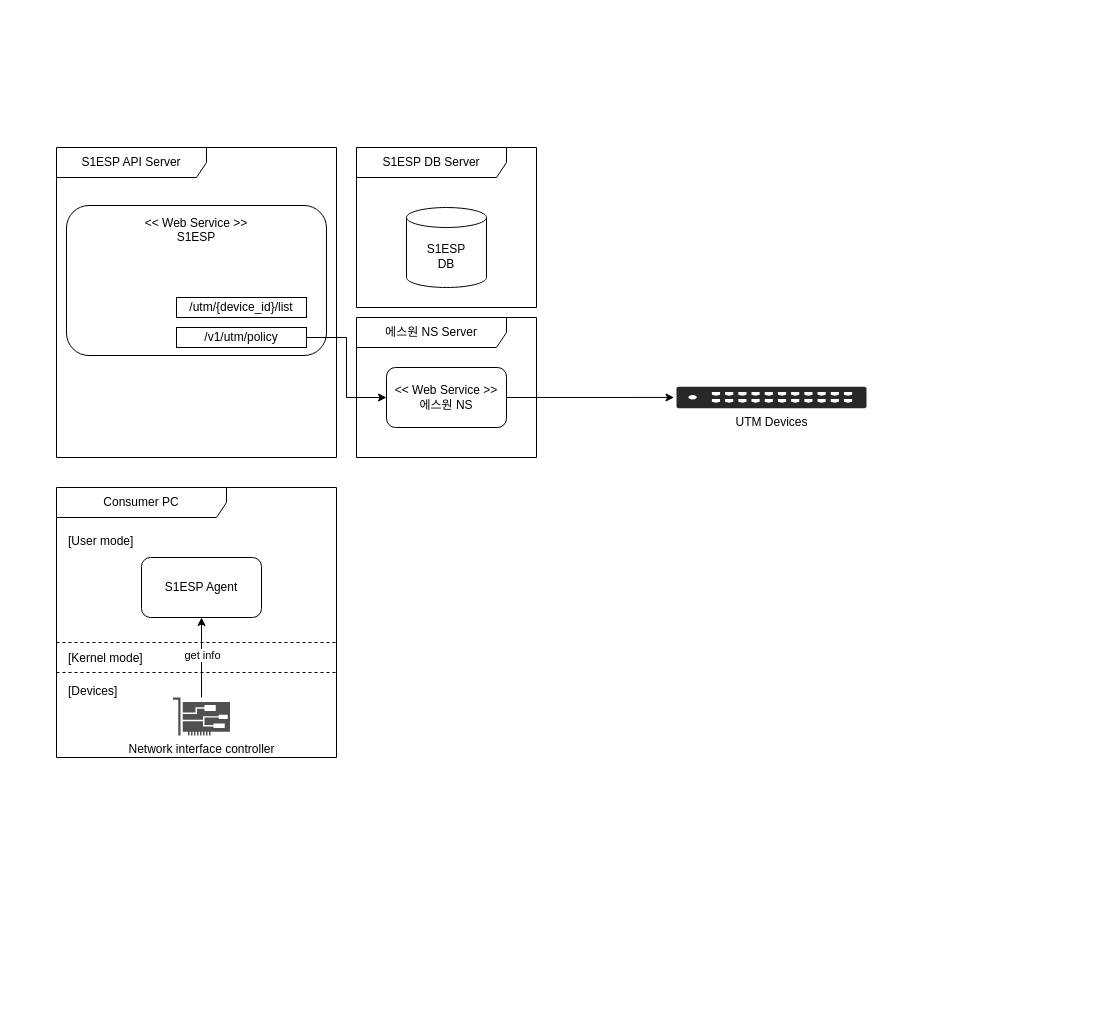
The draw.io diagram utm-s1ns.drawio in djcho/draw-io-repo, before the edit. Source tidied: cells renumbered, new cells numbered last; positions are measured from the earlier drawing's top-left corner, leaving out a move shared by most shapes. Both pictures are drawn from the tidied source at 100%, with x=0, y=0 at pixel (56, 147).
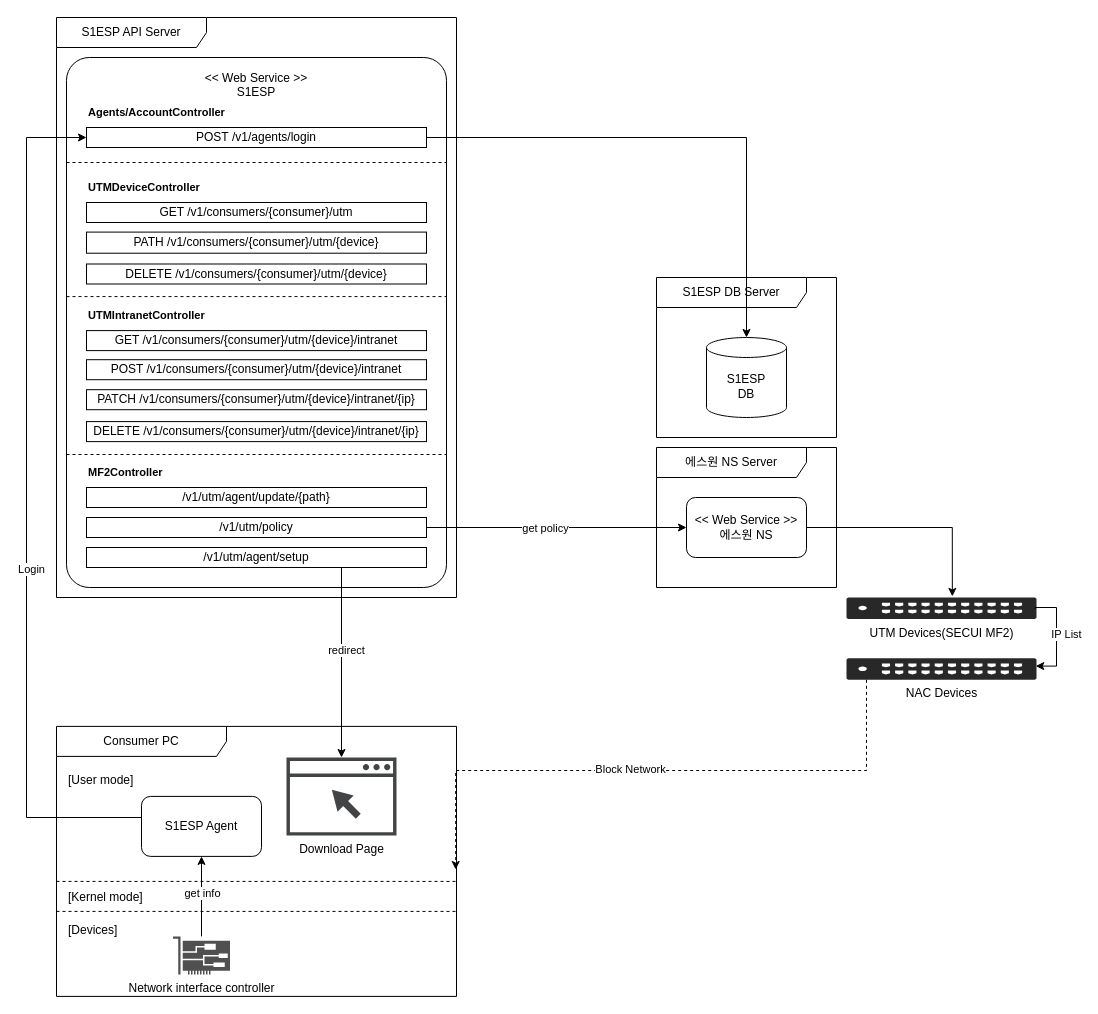
Above is the later version.

Unchanged cells that the change refers to:
```xml
<mxCell id="7" value="S1ESP Agent" style="rounded=1;whiteSpace=wrap;html=1;" parent="4" vertex="1">
  <mxGeometry x="85" y="70" width="120" height="60" as="geometry" />
</mxCell>
```

The edit, as a diff of the source:
```diff
@@
-    <mxCell id="2" value="&amp;lt;&amp;lt; Web Service&lt;span style=&quot;background-color: initial;&quot;&gt;&amp;nbsp;&amp;gt;&amp;gt;&lt;/span&gt;&lt;div&gt;S1ESP&lt;div&gt;&lt;br&gt;&lt;/div&gt;&lt;div&gt;&lt;br&gt;&lt;/div&gt;&lt;div&gt;&lt;br&gt;&lt;/div&gt;&lt;div&gt;&lt;br&gt;&lt;/div&gt;&lt;div&gt;&lt;br&gt;&lt;/div&gt;&lt;div&gt;&lt;br&gt;&lt;/div&gt;&lt;div&gt;&lt;br&gt;&lt;/div&gt;&lt;/div&gt;" style="rounded=1;whiteSpace=wrap;html=1;" parent="1" vertex="1">
-      <mxGeometry x="10" y="58" width="260" height="150" as="geometry" />
+    <mxCell id="2" value="&amp;lt;&amp;lt; Web Service&lt;span style=&quot;background-color: initial;&quot;&gt;&amp;nbsp;&amp;gt;&amp;gt;&lt;/span&gt;&lt;div&gt;S1ESP&lt;/div&gt;&lt;div&gt;&lt;br&gt;&lt;/div&gt;&lt;div&gt;&lt;br&gt;&lt;/div&gt;&lt;div&gt;&lt;br&gt;&lt;/div&gt;&lt;div&gt;&lt;br&gt;&lt;/div&gt;&lt;div&gt;&lt;br&gt;&lt;/div&gt;&lt;div&gt;&lt;br&gt;&lt;/div&gt;&lt;div&gt;&lt;br&gt;&lt;/div&gt;&lt;div&gt;&lt;br&gt;&lt;/div&gt;&lt;div&gt;&lt;br&gt;&lt;/div&gt;&lt;div&gt;&lt;br&gt;&lt;/div&gt;&lt;div&gt;&lt;br&gt;&lt;/div&gt;&lt;div&gt;&lt;br&gt;&lt;/div&gt;&lt;div&gt;&lt;br&gt;&lt;/div&gt;&lt;div&gt;&lt;br&gt;&lt;/div&gt;&lt;div&gt;&lt;br&gt;&lt;/div&gt;&lt;div&gt;&lt;br&gt;&lt;/div&gt;&lt;div&gt;&lt;br&gt;&lt;/div&gt;&lt;div&gt;&lt;br&gt;&lt;/div&gt;&lt;div&gt;&lt;br&gt;&lt;/div&gt;&lt;div&gt;&lt;br&gt;&lt;/div&gt;&lt;div&gt;&lt;br&gt;&lt;/div&gt;&lt;div&gt;&lt;br&gt;&lt;/div&gt;&lt;div&gt;&lt;br&gt;&lt;/div&gt;&lt;div&gt;&lt;br&gt;&lt;/div&gt;&lt;div&gt;&lt;br&gt;&lt;/div&gt;&lt;div&gt;&lt;br&gt;&lt;/div&gt;&lt;div&gt;&lt;br&gt;&lt;/div&gt;&lt;div&gt;&lt;br&gt;&lt;/div&gt;&lt;div&gt;&lt;br&gt;&lt;/div&gt;&lt;div&gt;&lt;br&gt;&lt;/div&gt;&lt;div&gt;&lt;br&gt;&lt;/div&gt;&lt;div&gt;&lt;br&gt;&lt;/div&gt;&lt;div&gt;&lt;br&gt;&lt;/div&gt;" style="rounded=1;whiteSpace=wrap;html=1;arcSize=6;" parent="1" vertex="1">
+      <mxGeometry x="10" y="-90" width="380" height="530" as="geometry" />
     </mxCell>
     <mxCell id="3" value="S1ESP API Server" style="shape=umlFrame;whiteSpace=wrap;html=1;width=150;height=30;" parent="1" vertex="1">
-      <mxGeometry width="280" height="310" as="geometry" />
+      <mxGeometry y="-130" width="400" height="580" as="geometry" />
     </mxCell>
     <mxCell id="4" value="Consumer PC" style="shape=umlFrame;whiteSpace=wrap;html=1;width=170;" parent="1" vertex="1">
-      <mxGeometry y="340" width="280" height="270" as="geometry" />
+      <mxGeometry y="578.9" width="400" height="270" as="geometry" />
     </mxCell>
@@
     <mxCell id="6" style="line;strokeWidth=1;dashed=1;labelPosition=center;verticalLabelPosition=bottom;align=left;verticalAlign=top;spacingLeft=20;spacingTop=15;html=1;whiteSpace=wrap;" parent="4" vertex="1">
-      <mxGeometry y="180" width="280" height="10" as="geometry" />
+      <mxGeometry y="180" width="400" height="10" as="geometry" />
     </mxCell>
@@
     <mxCell id="8" style="line;strokeWidth=1;dashed=1;labelPosition=center;verticalLabelPosition=bottom;align=left;verticalAlign=top;spacingLeft=20;spacingTop=15;html=1;whiteSpace=wrap;" parent="4" vertex="1">
-      <mxGeometry y="150" width="280" height="10" as="geometry" />
+      <mxGeometry y="150" width="400" height="10" as="geometry" />
     </mxCell>
@@
+    <mxCell id="23" value="Download Page" style="sketch=0;shadow=0;dashed=0;html=1;strokeColor=none;fillColor=#434445;labelPosition=center;verticalLabelPosition=bottom;verticalAlign=top;align=center;outlineConnect=0;shape=mxgraph.vvd.web_browser;" parent="4" vertex="1">
+      <mxGeometry x="230" y="31.1" width="110" height="78.1" as="geometry" />
+    </mxCell>
     <mxCell id="14" value="S1ESP&lt;br&gt;DB" style="shape=cylinder3;whiteSpace=wrap;html=1;boundedLbl=1;backgroundOutline=1;size=10;" parent="1" vertex="1">
-      <mxGeometry x="350" y="60" width="80" height="80" as="geometry" />
+      <mxGeometry x="650" y="190" width="80" height="80" as="geometry" />
     </mxCell>
-    <mxCell id="15" value="UTM Devices" style="verticalLabelPosition=bottom;sketch=0;html=1;fillColor=#282828;strokeColor=none;verticalAlign=top;align=center;shape=mxgraph.cisco_safe.security_icons.utm;" parent="1" vertex="1">
-      <mxGeometry x="620" y="239.2" width="190" height="21.5" as="geometry" />
+    <mxCell id="15" value="UTM Devices(SECUI MF2)" style="verticalLabelPosition=bottom;sketch=0;html=1;fillColor=#282828;strokeColor=none;verticalAlign=top;align=center;shape=mxgraph.cisco_safe.security_icons.utm;" parent="1" vertex="1">
+      <mxGeometry x="790" y="450" width="190" height="21.5" as="geometry" />
     </mxCell>
-    <mxCell id="16" style="rounded=0;jettySize=auto;html=1;exitX=1;exitY=0.5;exitDx=0;exitDy=0;entryX=-0.013;entryY=0.5;entryDx=0;entryDy=0;entryPerimeter=0;" parent="1" edge="1" source="19" target="15">
+    <mxCell id="16" style="rounded=0;jettySize=auto;html=1;exitX=1;exitY=0.5;exitDx=0;exitDy=0;entryX=0.557;entryY=-0.051;entryDx=0;entryDy=0;entryPerimeter=0;edgeStyle=orthogonalEdgeStyle;" parent="1" edge="1" source="19" target="15">
       <mxGeometry relative="1" as="geometry" />
     </mxCell>
     <mxCell id="17" value="S1ESP DB Server" style="shape=umlFrame;whiteSpace=wrap;html=1;width=150;height=30;" parent="1" vertex="1">
-      <mxGeometry x="300" width="180" height="160" as="geometry" />
+      <mxGeometry x="600" y="130" width="180" height="160" as="geometry" />
     </mxCell>
     <mxCell id="18" value="에스원 NS Server" style="shape=umlFrame;whiteSpace=wrap;html=1;width=150;height=30;" parent="1" vertex="1">
-      <mxGeometry x="300" y="170" width="180" height="140" as="geometry" />
+      <mxGeometry x="600" y="300" width="180" height="140" as="geometry" />
     </mxCell>
     <mxCell id="19" value="&amp;lt;&amp;lt; Web Service &amp;gt;&amp;gt;&lt;br&gt;에스원 NS" style="rounded=1;whiteSpace=wrap;html=1;" parent="1" vertex="1">
-      <mxGeometry x="330" y="220" width="120" height="60" as="geometry" />
+      <mxGeometry x="630" y="350" width="120" height="60" as="geometry" />
     </mxCell>
-    <mxCell id="20" style="edgeStyle=orthogonalEdgeStyle;rounded=0;jettySize=auto;html=1;entryX=0;entryY=0.5;entryDx=0;entryDy=0;" parent="1" edge="1" source="21" target="19">
+    <mxCell id="20" style="rounded=0;jettySize=auto;html=1;entryX=0;entryY=0.5;entryDx=0;entryDy=0;exitX=1;exitY=0.5;exitDx=0;exitDy=0;" parent="1" edge="1" source="21" target="19">
       <mxGeometry relative="1" as="geometry" />
     </mxCell>
+    <mxCell id="24" value="get policy" style="edgeLabel;html=1;align=center;verticalAlign=middle;" parent="20" vertex="1">
+      <mxGeometry x="-0.09" relative="1" as="geometry" />
+    </mxCell>
     <mxCell id="21" value="/v1/utm/policy" style="rounded=0;whiteSpace=wrap;html=1;" parent="1" vertex="1">
-      <mxGeometry x="120" y="180" width="130" height="20" as="geometry" />
+      <mxGeometry x="30" y="370" width="340" height="20" as="geometry" />
     </mxCell>
-    <mxCell id="22" value="/utm/{device_id}&lt;span style=&quot;background-color: initial;&quot;&gt;/list&lt;/span&gt;" style="rounded=0;whiteSpace=wrap;html=1;" parent="1" vertex="1">
-      <mxGeometry x="120" y="150" width="130" height="20" as="geometry" />
+    <mxCell id="22" value="/v1/utm/agent/update/{path}" style="rounded=0;whiteSpace=wrap;html=1;" parent="1" vertex="1">
+      <mxGeometry x="30" y="340" width="340" height="20" as="geometry" />
     </mxCell>
+    <mxCell id="25" value="NAC Devices" style="verticalLabelPosition=bottom;sketch=0;html=1;fillColor=#282828;strokeColor=none;verticalAlign=top;align=center;shape=mxgraph.cisco_safe.security_icons.utm;" parent="1" vertex="1">
+      <mxGeometry x="790" y="510.8" width="190" height="21.5" as="geometry" />
+    </mxCell>
+    <mxCell id="26" value="IP List" style="rounded=0;jettySize=auto;html=1;exitX=0.992;exitY=0.534;exitDx=0;exitDy=0;exitPerimeter=0;edgeStyle=orthogonalEdgeStyle;entryX=0.996;entryY=0.363;entryDx=0;entryDy=0;entryPerimeter=0;" parent="1" edge="1" source="15" target="25">
+      <mxGeometry x="-0.02" y="10" relative="1" as="geometry">
+        <Array as="points">
+          <mxPoint x="979" y="460" />
+          <mxPoint x="1000" y="460" />
+          <mxPoint x="1000" y="519" />
+        </Array>
+      </mxGeometry>
+    </mxCell>
+    <mxCell id="27" style="rounded=0;jettySize=auto;html=1;entryX=0.998;entryY=0.53;entryDx=0;entryDy=0;entryPerimeter=0;dashed=1;edgeStyle=orthogonalEdgeStyle;" parent="1" edge="1" source="25" target="4">
+      <mxGeometry relative="1" as="geometry">
+        <Array as="points">
+          <mxPoint x="810" y="623" />
+        </Array>
+      </mxGeometry>
+    </mxCell>
+    <mxCell id="28" value="Block Network" style="edgeLabel;html=1;align=center;verticalAlign=middle;" parent="27" vertex="1">
+      <mxGeometry x="0.09" y="-2" relative="1" as="geometry" />
+    </mxCell>
+    <mxCell id="29" style="rounded=0;jettySize=auto;html=1;exitX=0.75;exitY=1;exitDx=0;exitDy=0;edgeStyle=orthogonalEdgeStyle;" parent="1" edge="1" source="31" target="23">
+      <mxGeometry relative="1" as="geometry" />
+    </mxCell>
+    <mxCell id="30" value="redirect" style="edgeLabel;html=1;align=center;verticalAlign=middle;" parent="29" vertex="1">
+      <mxGeometry x="-0.07" y="2" relative="1" as="geometry">
+        <mxPoint x="3" y="-6" as="offset" />
+      </mxGeometry>
+    </mxCell>
+    <mxCell id="31" value="/v1/utm/agent/setup" style="rounded=0;whiteSpace=wrap;html=1;" parent="1" vertex="1">
+      <mxGeometry x="30" y="400" width="340" height="20" as="geometry" />
+    </mxCell>
+    <mxCell id="32" value="GET /v1/consumers/{consumer}/utm/{device}/intranet" style="rounded=0;whiteSpace=wrap;html=1;" parent="1" vertex="1">
+      <mxGeometry x="30" y="183.1" width="340" height="20" as="geometry" />
+    </mxCell>
+    <mxCell id="33" value="GET /v1/consumers/{consumer}/utm" style="rounded=0;whiteSpace=wrap;html=1;" parent="1" vertex="1">
+      <mxGeometry x="30" y="55" width="340" height="20" as="geometry" />
+    </mxCell>
+    <mxCell id="34" value="PATH&amp;nbsp;/v1/consumers/{consumer}/utm/{device}" style="rounded=0;whiteSpace=wrap;html=1;" parent="1" vertex="1">
+      <mxGeometry x="30" y="84.6" width="340" height="21.1" as="geometry" />
+    </mxCell>
+    <mxCell id="35" value="DELETE&amp;nbsp;/v1/consumers/{consumer}/utm/{device}" style="rounded=0;whiteSpace=wrap;html=1;" parent="1" vertex="1">
+      <mxGeometry x="30" y="116.5" width="340" height="20" as="geometry" />
+    </mxCell>
+    <mxCell id="36" style="edgeStyle=orthogonalEdgeStyle;rounded=0;jettySize=auto;html=1;entryX=0;entryY=0.5;entryDx=0;entryDy=0;" parent="1" edge="1" source="7" target="42">
+      <mxGeometry relative="1" as="geometry">
+        <Array as="points">
+          <mxPoint x="145" y="670" />
+          <mxPoint x="-30" y="670" />
+          <mxPoint x="-30" />
+        </Array>
+      </mxGeometry>
+    </mxCell>
+    <mxCell id="37" value="Login" style="edgeLabel;html=1;align=center;verticalAlign=middle;" parent="36" vertex="1">
+      <mxGeometry x="-0.15" y="-4" relative="1" as="geometry">
+        <mxPoint y="-1" as="offset" />
+      </mxGeometry>
+    </mxCell>
+    <mxCell id="38" value="POST /v1/consumers/{consumer}/utm/{device}/intranet" style="rounded=0;whiteSpace=wrap;html=1;" parent="1" vertex="1">
+      <mxGeometry x="30" y="212.2" width="340" height="20" as="geometry" />
+    </mxCell>
+    <mxCell id="39" value="PATCH /v1/consumers/{consumer}/utm/{device}/intranet/{ip}" style="rounded=0;whiteSpace=wrap;html=1;" parent="1" vertex="1">
+      <mxGeometry x="30" y="242.2" width="340" height="20" as="geometry" />
+    </mxCell>
+    <mxCell id="40" value="DELETE /v1/consumers/{consumer}/utm/{device}/intranet/{ip}" style="rounded=0;whiteSpace=wrap;html=1;" parent="1" vertex="1">
+      <mxGeometry x="30" y="274.1" width="340" height="20" as="geometry" />
+    </mxCell>
+    <mxCell id="41" style="edgeStyle=orthogonalEdgeStyle;rounded=0;jettySize=auto;html=1;" parent="1" edge="1" source="42" target="14">
+      <mxGeometry relative="1" as="geometry" />
+    </mxCell>
+    <mxCell id="42" value="POST&amp;nbsp;/v1/agents/login" style="rounded=0;whiteSpace=wrap;html=1;" parent="1" vertex="1">
+      <mxGeometry x="30" y="-20" width="340" height="20" as="geometry" />
+    </mxCell>
+    <mxCell id="43" style="line;strokeWidth=1;dashed=1;labelPosition=center;verticalLabelPosition=bottom;align=left;verticalAlign=top;spacingLeft=20;spacingTop=15;html=1;whiteSpace=wrap;" parent="1" vertex="1">
+      <mxGeometry x="10" y="10" width="380" height="10" as="geometry" />
+    </mxCell>
+    <mxCell id="44" style="line;strokeWidth=1;dashed=1;labelPosition=center;verticalLabelPosition=bottom;align=left;verticalAlign=top;spacingLeft=20;spacingTop=15;html=1;whiteSpace=wrap;" parent="1" vertex="1">
+      <mxGeometry x="10" y="144.1" width="380" height="10" as="geometry" />
+    </mxCell>
+    <mxCell id="45" style="line;strokeWidth=1;dashed=1;labelPosition=center;verticalLabelPosition=bottom;align=left;verticalAlign=top;spacingLeft=20;spacingTop=15;html=1;whiteSpace=wrap;" parent="1" vertex="1">
+      <mxGeometry x="10" y="302" width="380" height="10" as="geometry" />
+    </mxCell>
+    <mxCell id="46" value="&lt;b style=&quot;font-size: 11px;&quot;&gt;&lt;font style=&quot;font-size: 11px;&quot;&gt;MF2Controller&lt;/font&gt;&lt;/b&gt;" style="text;html=1;align=left;verticalAlign=middle;whiteSpace=wrap;rounded=0;fontSize=11;" parent="1" vertex="1">
+      <mxGeometry x="30" y="310" width="120" height="30" as="geometry" />
+    </mxCell>
+    <mxCell id="47" value="&lt;span style=&quot;font-size: 11px;&quot;&gt;&lt;b style=&quot;font-size: 11px;&quot;&gt;UTMIntranetController&lt;/b&gt;&lt;/span&gt;" style="text;html=1;align=left;verticalAlign=middle;whiteSpace=wrap;rounded=0;fontSize=11;" parent="1" vertex="1">
+      <mxGeometry x="30" y="153.1" width="190" height="30" as="geometry" />
+    </mxCell>
+    <mxCell id="48" value="&lt;span style=&quot;font-size: 11px;&quot;&gt;&lt;b style=&quot;font-size: 11px;&quot;&gt;UTMDeviceController&lt;/b&gt;&lt;/span&gt;" style="text;html=1;align=left;verticalAlign=middle;whiteSpace=wrap;rounded=0;fontSize=11;" parent="1" vertex="1">
+      <mxGeometry x="30" y="25" width="190" height="30" as="geometry" />
+    </mxCell>
+    <mxCell id="49" value="&lt;span style=&quot;font-size: 11px;&quot;&gt;&lt;b style=&quot;font-size: 11px;&quot;&gt;Agents/AccountController&lt;/b&gt;&lt;/span&gt;" style="text;html=1;align=left;verticalAlign=middle;whiteSpace=wrap;rounded=0;fontSize=11;" parent="1" vertex="1">
+      <mxGeometry x="30" y="-50" width="190" height="30" as="geometry" />
+    </mxCell>
```
